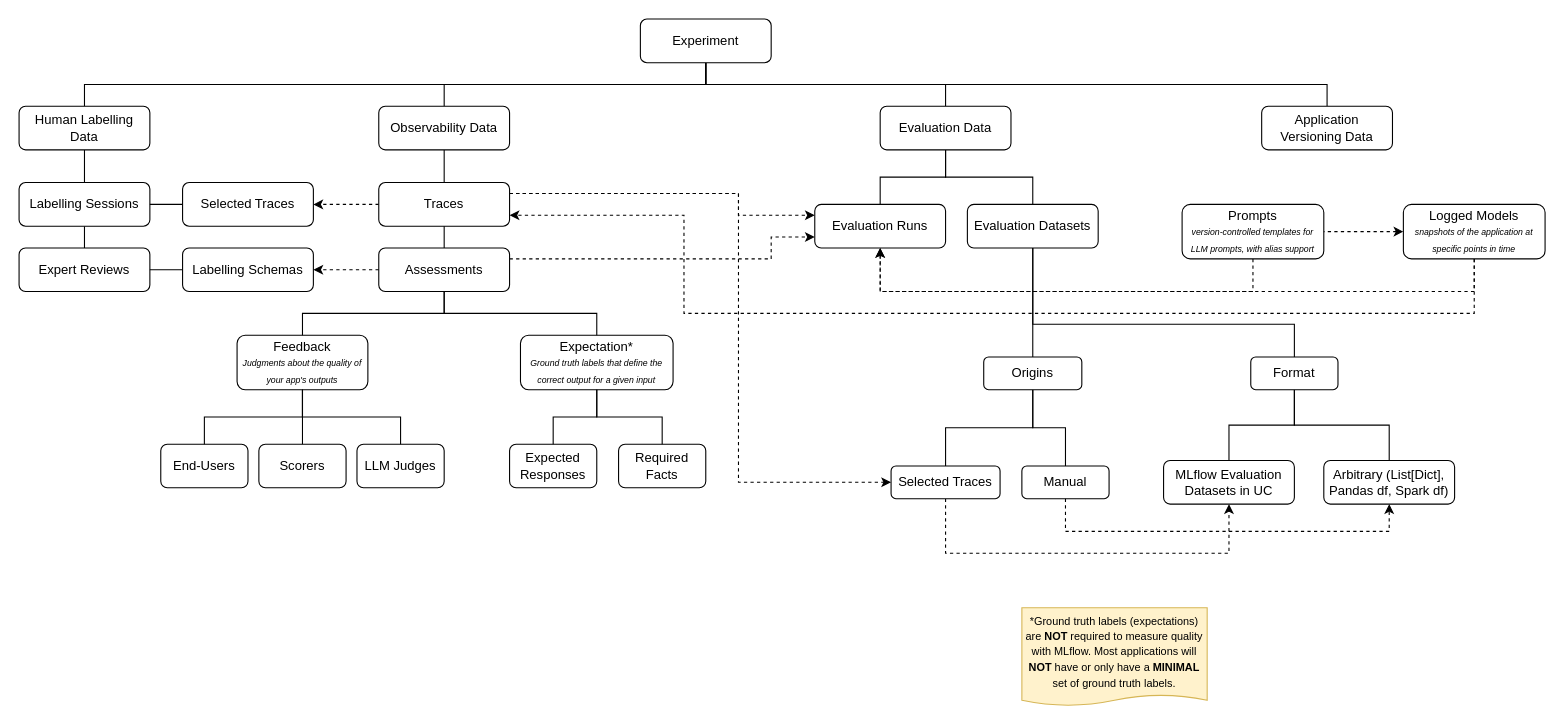
The draw.io diagram page "mlflow-genai" (2 of 2) of genai-classification.drawio in joshuavaple/draw-io, before the edit. Source tidied: cells renumbered, new cells numbered last; positions are measured from the earlier drawing's top-left corner, leaving out a move shared by most shapes. Both pictures are drawn from the tidied source at 109%, with x=0, y=0 at pixel (19, 19).
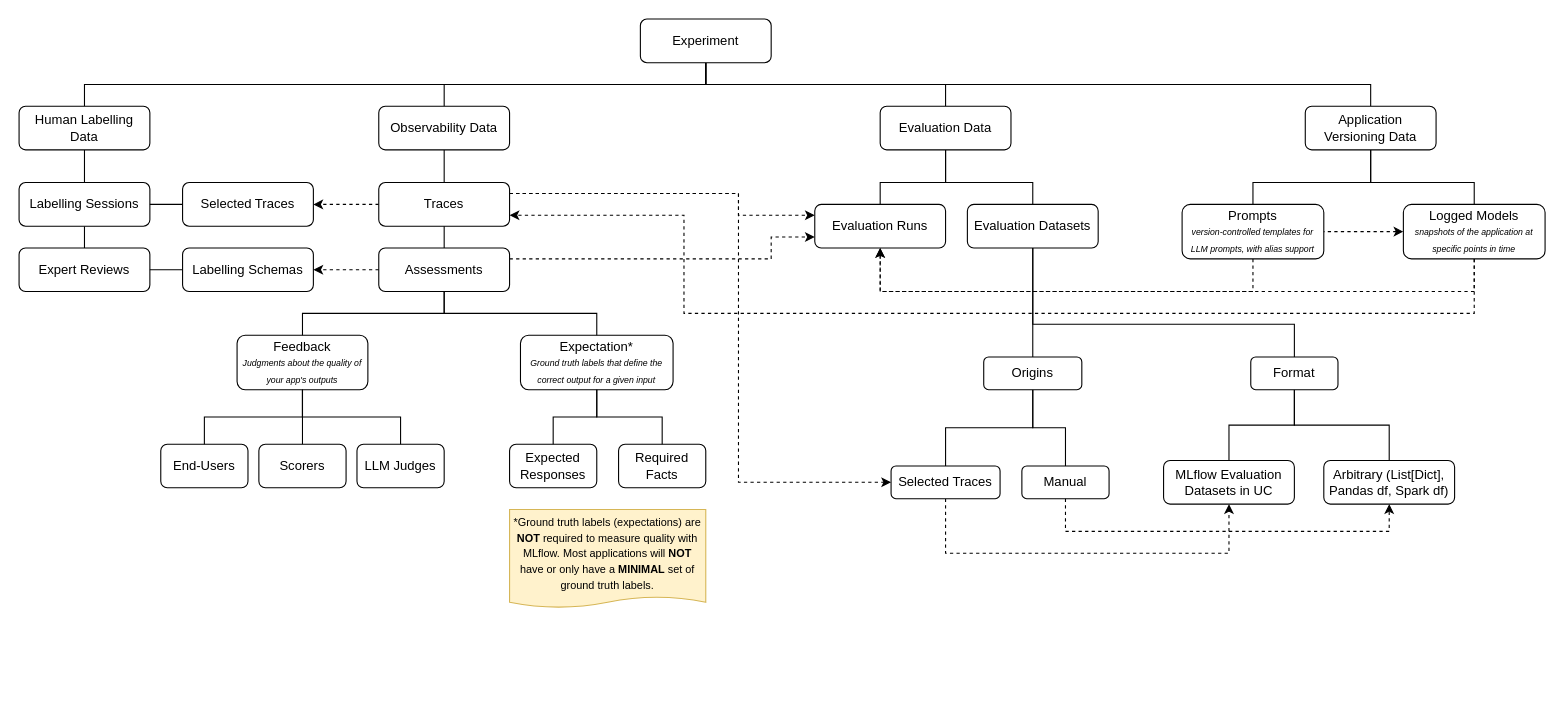
The same diagram, later.

The change refers to these unchanged cells:
```xml
<mxCell id="10" value="Evaluation Data" style="rounded=1;whiteSpace=wrap;html=1;" parent="1" vertex="1">
  <mxGeometry x="790" y="80" width="120" height="40" as="geometry" />
</mxCell>
<mxCell id="39" value="Evaluation Datasets" style="rounded=1;whiteSpace=wrap;html=1;" parent="1" vertex="1">
  <mxGeometry x="870" y="170" width="120" height="40" as="geometry" />
</mxCell>
<mxCell id="50" value="Evaluation Runs" style="rounded=1;whiteSpace=wrap;html=1;" parent="1" vertex="1">
  <mxGeometry x="730" y="170" width="120" height="40" as="geometry" />
</mxCell>
<mxCell id="62" value="Prompts&lt;div&gt;&lt;i&gt;&lt;font style=&quot;font-size: 8px;&quot;&gt;version-controlled templates for LLM prompts, with alias support&lt;/font&gt;&lt;/i&gt;&lt;/div&gt;" style="rounded=1;whiteSpace=wrap;html=1;" parent="1" vertex="1">
  <mxGeometry x="1067" y="170" width="130" height="50" as="geometry" />
</mxCell>
<mxCell id="64" value="Logged Models&lt;div&gt;&lt;font style=&quot;font-size: 8px;&quot;&gt;&lt;i&gt;snapshots of the application at specific points in time&lt;/i&gt;&lt;/font&gt;&lt;/div&gt;" style="rounded=1;whiteSpace=wrap;html=1;" parent="1" vertex="1">
  <mxGeometry x="1270" y="170" width="130" height="50" as="geometry" />
</mxCell>
```

Diff of the diagram source:
```diff
@@
     <mxCell id="8" style="edgeStyle=orthogonalEdgeStyle;shape=connector;rounded=0;jettySize=auto;html=1;entryX=0.5;entryY=0;entryDx=0;entryDy=0;strokeColor=default;align=center;verticalAlign=middle;fontFamily=Helvetica;fontSize=11;fontColor=default;labelBackgroundColor=default;endArrow=none;endFill=0;" parent="1" edge="1" source="10" target="39">
-      <mxGeometry relative="1" as="geometry" />
+      <mxGeometry relative="1" as="geometry">
+        <Array as="points">
+          <mxPoint x="850" y="150" />
+          <mxPoint x="930" y="150" />
+        </Array>
+      </mxGeometry>
     </mxCell>
     <mxCell id="9" style="edgeStyle=orthogonalEdgeStyle;shape=connector;rounded=0;jettySize=auto;html=1;entryX=0.5;entryY=0;entryDx=0;entryDy=0;strokeColor=default;align=center;verticalAlign=middle;fontFamily=Helvetica;fontSize=11;fontColor=default;labelBackgroundColor=default;endArrow=none;endFill=0;" parent="1" edge="1" source="10" target="50">
-      <mxGeometry relative="1" as="geometry" />
+      <mxGeometry relative="1" as="geometry">
+        <Array as="points">
+          <mxPoint x="850" y="150" />
+          <mxPoint x="790" y="150" />
+        </Array>
+      </mxGeometry>
     </mxCell>
@@
+    <mxCell id="67" style="edgeStyle=orthogonalEdgeStyle;shape=connector;rounded=0;jettySize=auto;html=1;entryX=0.5;entryY=0;entryDx=0;entryDy=0;strokeColor=default;align=center;verticalAlign=middle;fontFamily=Helvetica;fontSize=11;fontColor=default;labelBackgroundColor=default;endArrow=none;endFill=0;exitX=0.5;exitY=1;exitDx=0;exitDy=0;" parent="1" edge="1" source="13" target="62">
+      <mxGeometry relative="1" as="geometry">
+        <Array as="points">
+          <mxPoint x="1240" y="150" />
+          <mxPoint x="1132" y="150" />
+        </Array>
+      </mxGeometry>
+    </mxCell>
+    <mxCell id="68" style="edgeStyle=orthogonalEdgeStyle;shape=connector;rounded=0;jettySize=auto;html=1;entryX=0.5;entryY=0;entryDx=0;entryDy=0;strokeColor=default;align=center;verticalAlign=middle;fontFamily=Helvetica;fontSize=11;fontColor=default;labelBackgroundColor=default;endArrow=none;endFill=0;" parent="1" edge="1" source="13" target="64">
+      <mxGeometry relative="1" as="geometry">
+        <Array as="points">
+          <mxPoint x="1240" y="150" />
+          <mxPoint x="1335" y="150" />
+        </Array>
+      </mxGeometry>
+    </mxCell>
     <mxCell id="13" value="Application Versioning Data" style="rounded=1;whiteSpace=wrap;html=1;" parent="1" vertex="1">
-      <mxGeometry x="1140" y="80" width="120" height="40" as="geometry" />
+      <mxGeometry x="1180" y="80" width="120" height="40" as="geometry" />
     </mxCell>
@@
     <mxCell id="29" value="&lt;font style=&quot;font-size: 10px;&quot;&gt;*Ground truth labels (expectations) are &lt;b&gt;NOT&lt;/b&gt; required to measure quality with MLflow. Most applications will &lt;b&gt;NOT&lt;/b&gt; have or only have a &lt;b&gt;MINIMAL&lt;/b&gt; set of ground truth labels.&lt;/font&gt;" style="shape=document;whiteSpace=wrap;html=1;boundedLbl=1;fillColor=#fff2cc;strokeColor=#d6b656;size=0.1111111111111111;spacing=4;" parent="1" vertex="1">
-      <mxGeometry x="920" y="540" width="170" height="90" as="geometry" />
+      <mxGeometry x="450" y="450" width="180" height="90" as="geometry" />
     </mxCell>
```
